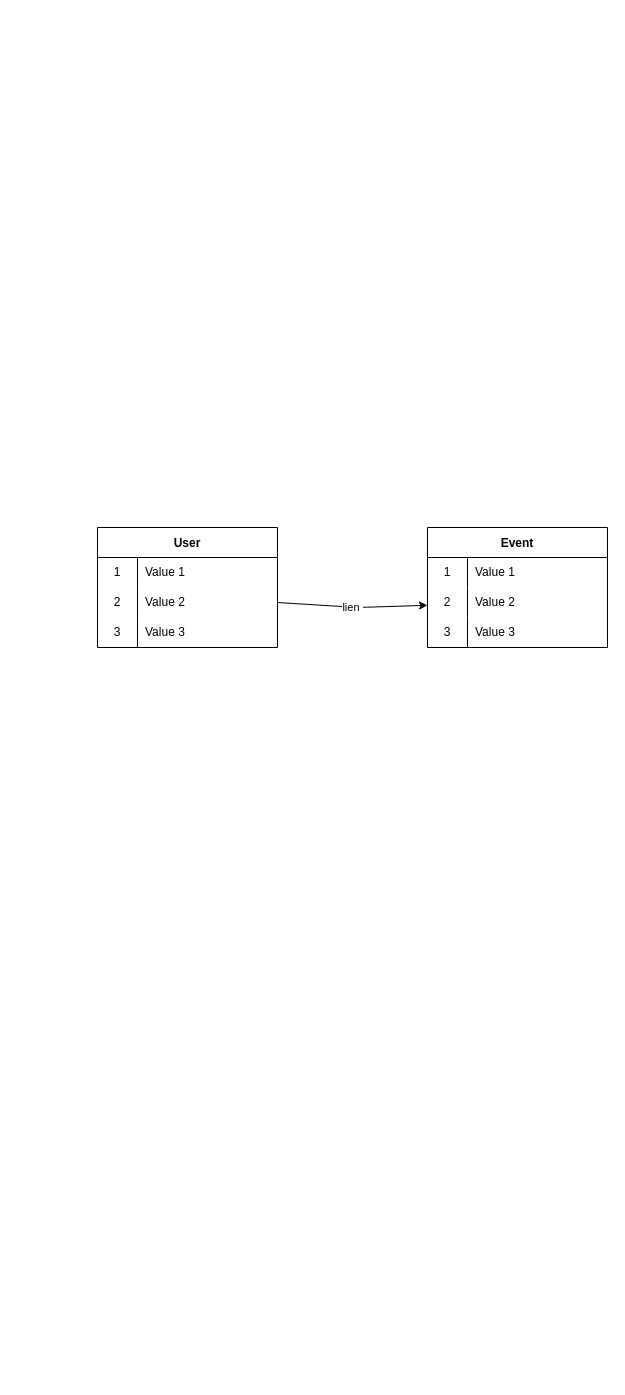
This is model.drawio from DanielGilardoni/Noisebook, a draw.io file, before an edit. Source tidied: cells renumbered, new cells numbered last; positions are measured from the earlier drawing's top-left corner, leaving out a move shared by most shapes. Both pictures are drawn from the tidied source at 100%, with x=0, y=0 at pixel (97, 527).
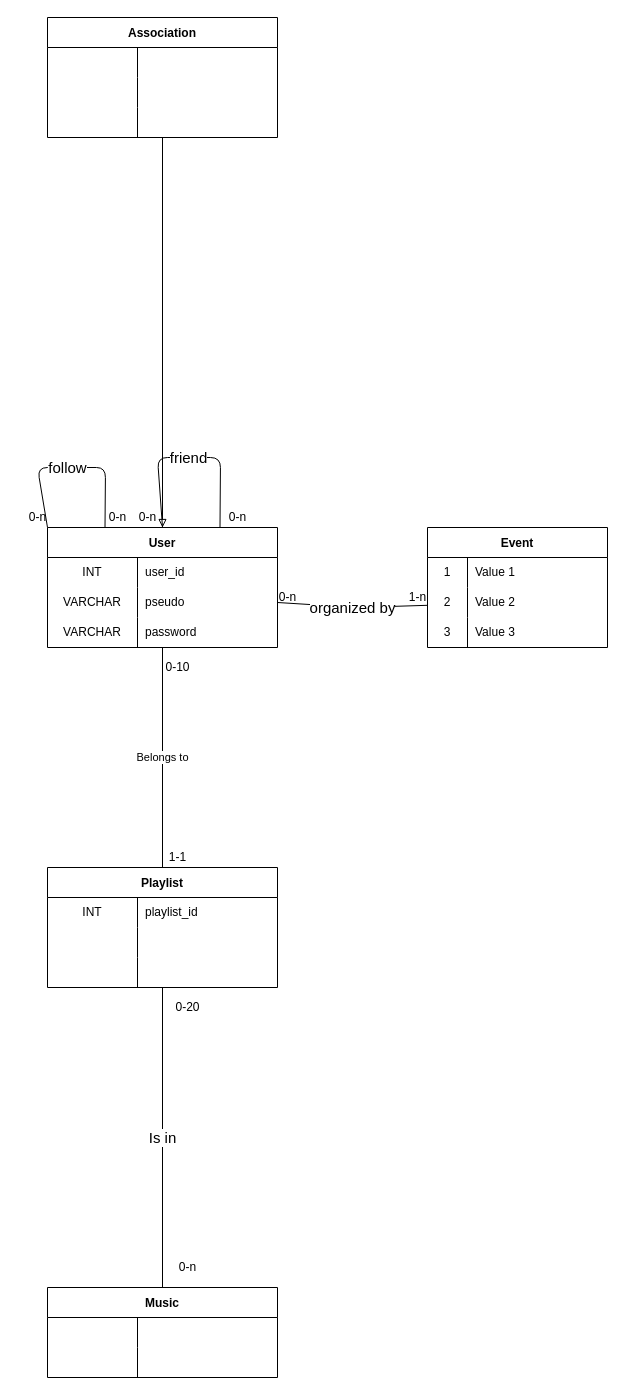
The same diagram, later.

Unchanged cells that the change refers to:
```xml
<mxCell id="6" style="shape=tableRow;horizontal=0;startSize=0;swimlaneHead=0;swimlaneBody=0;top=0;left=0;bottom=0;right=0;fillColor=none;points=[[0,0.5],[1,0.5]];portConstraint=eastwest;" parent="2" vertex="1">
  <mxGeometry y="60" width="180" height="30" as="geometry" />
</mxCell>
```

Diff of the diagram source:
```diff
@@
+    <mxCell id="23" value="Belongs to" style="edgeStyle=none;html=1;endArrow=none;endFill=0;" parent="1" edge="1" source="12" target="34">
+      <mxGeometry relative="1" as="geometry" />
+    </mxCell>
+    <mxCell id="24" style="edgeStyle=none;html=1;strokeWidth=1;fontSize=15;endArrow=none;endFill=0;startArrow=block;startFill=0;" parent="1" edge="1" source="12" target="55">
+      <mxGeometry relative="1" as="geometry" />
+    </mxCell>
     <mxCell id="12" value="User" style="shape=table;startSize=30;childLayout=tableLayout;rowLines=0;fontStyle=1;" parent="1" vertex="1">
-      <mxGeometry width="180" height="120" as="geometry" />
+      <mxGeometry x="-50" width="230" height="120" as="geometry" />
     </mxCell>
     <mxCell id="13" style="shape=tableRow;horizontal=0;startSize=0;swimlaneHead=0;swimlaneBody=0;top=0;left=0;bottom=0;right=0;fillColor=none;" parent="12" vertex="1">
-      <mxGeometry y="30" width="180" height="30" as="geometry" />
+      <mxGeometry y="30" width="230" height="30" as="geometry" />
     </mxCell>
-    <mxCell id="14" value="1" style="shape=partialRectangle;html=1;whiteSpace=wrap;fillColor=none;top=0;left=0;bottom=0;right=0;overflow=hidden;" parent="13" vertex="1">
-      <mxGeometry width="40" height="30" as="geometry" />
+    <mxCell id="14" value="INT" style="shape=partialRectangle;html=1;whiteSpace=wrap;fillColor=none;top=0;left=0;bottom=0;right=0;overflow=hidden;" parent="13" vertex="1">
+      <mxGeometry width="90" height="30" as="geometry" />
     </mxCell>
-    <mxCell id="15" value="Value 1" style="shape=partialRectangle;html=1;whiteSpace=wrap;fillColor=none;top=0;left=0;bottom=0;right=0;align=left;spacingLeft=6;overflow=hidden;" parent="13" vertex="1">
-      <mxGeometry x="40" width="140" height="30" as="geometry" />
+    <mxCell id="15" value="user_id&amp;nbsp;" style="shape=partialRectangle;html=1;whiteSpace=wrap;fillColor=none;top=0;left=0;bottom=0;right=0;align=left;spacingLeft=6;overflow=hidden;" parent="13" vertex="1">
+      <mxGeometry x="90" width="140" height="30" as="geometry" />
     </mxCell>
     <mxCell id="16" style="shape=tableRow;horizontal=0;startSize=0;swimlaneHead=0;swimlaneBody=0;top=0;left=0;bottom=0;right=0;fillColor=none;points=[[0,0.5],[1,0.5]];portConstraint=eastwest;" parent="12" vertex="1">
-      <mxGeometry y="60" width="180" height="30" as="geometry" />
+      <mxGeometry y="60" width="230" height="30" as="geometry" />
     </mxCell>
-    <mxCell id="17" value="2" style="shape=partialRectangle;html=1;whiteSpace=wrap;fillColor=none;top=0;left=0;bottom=0;right=0;overflow=hidden;" parent="16" vertex="1">
-      <mxGeometry width="40" height="30" as="geometry" />
+    <mxCell id="17" value="VARCHAR" style="shape=partialRectangle;html=1;whiteSpace=wrap;fillColor=none;top=0;left=0;bottom=0;right=0;overflow=hidden;" parent="16" vertex="1">
+      <mxGeometry width="90" height="30" as="geometry" />
     </mxCell>
-    <mxCell id="18" value="Value 2" style="shape=partialRectangle;html=1;whiteSpace=wrap;fillColor=none;top=0;left=0;bottom=0;right=0;align=left;spacingLeft=6;overflow=hidden;" parent="16" vertex="1">
-      <mxGeometry x="40" width="140" height="30" as="geometry" />
+    <mxCell id="18" value="pseudo" style="shape=partialRectangle;html=1;whiteSpace=wrap;fillColor=none;top=0;left=0;bottom=0;right=0;align=left;spacingLeft=6;overflow=hidden;" parent="16" vertex="1">
+      <mxGeometry x="90" width="140" height="30" as="geometry" />
     </mxCell>
     <mxCell id="19" style="shape=tableRow;horizontal=0;startSize=0;swimlaneHead=0;swimlaneBody=0;top=0;left=0;bottom=0;right=0;fillColor=none;" parent="12" vertex="1">
-      <mxGeometry y="90" width="180" height="30" as="geometry" />
+      <mxGeometry y="90" width="230" height="30" as="geometry" />
     </mxCell>
-    <mxCell id="20" value="3" style="shape=partialRectangle;html=1;whiteSpace=wrap;fillColor=none;top=0;left=0;bottom=0;right=0;overflow=hidden;" parent="19" vertex="1">
-      <mxGeometry width="40" height="30" as="geometry" />
+    <mxCell id="20" value="VARCHAR" style="shape=partialRectangle;html=1;whiteSpace=wrap;fillColor=none;top=0;left=0;bottom=0;right=0;overflow=hidden;" parent="19" vertex="1">
+      <mxGeometry width="90" height="30" as="geometry" />
     </mxCell>
-    <mxCell id="21" value="Value 3" style="shape=partialRectangle;html=1;whiteSpace=wrap;fillColor=none;top=0;left=0;bottom=0;right=0;align=left;spacingLeft=6;overflow=hidden;" parent="19" vertex="1">
-      <mxGeometry x="40" width="140" height="30" as="geometry" />
+    <mxCell id="21" value="password" style="shape=partialRectangle;html=1;whiteSpace=wrap;fillColor=none;top=0;left=0;bottom=0;right=0;align=left;spacingLeft=6;overflow=hidden;" parent="19" vertex="1">
+      <mxGeometry x="90" width="140" height="30" as="geometry" />
     </mxCell>
-    <mxCell id="22" value="lien&amp;nbsp;" style="edgeStyle=none;html=1;exitX=1;exitY=0.5;exitDx=0;exitDy=0;" parent="1" edge="1" source="16" target="6">
+    <mxCell id="22" value="organized by" style="edgeStyle=none;html=1;exitX=1;exitY=0.5;exitDx=0;exitDy=0;endArrow=none;endFill=0;fontSize=15;" parent="1" edge="1" source="16" target="6">
       <mxGeometry relative="1" as="geometry">
         <Array as="points">
           <mxPoint x="260" y="80" />
         </Array>
       </mxGeometry>
     </mxCell>
+    <mxCell id="25" value="0-n" style="text;html=1;align=center;verticalAlign=middle;strokeColor=none;fillColor=none;" parent="1" vertex="1">
+      <mxGeometry x="170" y="55" width="40" height="30" as="geometry" />
+    </mxCell>
+    <mxCell id="26" value="1-n" style="text;html=1;align=center;verticalAlign=middle;strokeColor=none;fillColor=none;" parent="1" vertex="1">
+      <mxGeometry x="300" y="55" width="40" height="30" as="geometry" />
+    </mxCell>
+    <mxCell id="27" value="friend" style="edgeStyle=none;html=1;exitX=0.75;exitY=0;exitDx=0;exitDy=0;entryX=0.5;entryY=0;entryDx=0;entryDy=0;endArrow=none;endFill=0;fontSize=15;" parent="1" edge="1" source="12" target="12">
+      <mxGeometry relative="1" as="geometry">
+        <Array as="points">
+          <mxPoint x="123" y="-70" />
+          <mxPoint x="60" y="-70" />
+        </Array>
+      </mxGeometry>
+    </mxCell>
+    <mxCell id="28" value="0-n" style="text;html=1;align=center;verticalAlign=middle;strokeColor=none;fillColor=none;" parent="1" vertex="1">
+      <mxGeometry x="120" y="-25" width="40" height="30" as="geometry" />
+    </mxCell>
+    <mxCell id="29" value="0-n" style="text;html=1;align=center;verticalAlign=middle;strokeColor=none;fillColor=none;" parent="1" vertex="1">
+      <mxGeometry x="30" y="-25" width="40" height="30" as="geometry" />
+    </mxCell>
+    <mxCell id="30" value="follow" style="edgeStyle=none;html=1;exitX=0.25;exitY=0;exitDx=0;exitDy=0;entryX=0;entryY=0;entryDx=0;entryDy=0;endArrow=none;endFill=0;fontSize=15;" parent="1" edge="1" source="12" target="12">
+      <mxGeometry x="0.04" relative="1" as="geometry">
+        <Array as="points">
+          <mxPoint x="8" y="-60" />
+          <mxPoint x="-10" y="-60" />
+          <mxPoint x="-60" y="-60" />
+        </Array>
+      </mxGeometry>
+    </mxCell>
+    <mxCell id="31" value="0-n" style="text;html=1;align=center;verticalAlign=middle;strokeColor=none;fillColor=none;" parent="1" vertex="1">
+      <mxGeometry x="-80" y="-25" width="40" height="30" as="geometry" />
+    </mxCell>
+    <mxCell id="32" value="0-n" style="text;html=1;align=center;verticalAlign=middle;strokeColor=none;fillColor=none;" parent="1" vertex="1">
+      <mxGeometry y="-25" width="40" height="30" as="geometry" />
+    </mxCell>
+    <mxCell id="33" value="Is in" style="edgeStyle=none;html=1;endArrow=none;endFill=0;strokeWidth=1;fontSize=15;" parent="1" edge="1" source="34" target="46">
+      <mxGeometry relative="1" as="geometry" />
+    </mxCell>
+    <mxCell id="34" value="Playlist" style="shape=table;startSize=30;childLayout=tableLayout;rowLines=0;fontStyle=1;" parent="1" vertex="1">
+      <mxGeometry x="-50" y="340" width="230" height="120" as="geometry" />
+    </mxCell>
+    <mxCell id="35" style="shape=tableRow;horizontal=0;startSize=0;swimlaneHead=0;swimlaneBody=0;top=0;left=0;bottom=0;right=0;fillColor=none;" parent="34" vertex="1">
+      <mxGeometry y="30" width="230" height="30" as="geometry" />
+    </mxCell>
+    <mxCell id="36" value="INT" style="shape=partialRectangle;html=1;whiteSpace=wrap;fillColor=none;top=0;left=0;bottom=0;right=0;overflow=hidden;" parent="35" vertex="1">
+      <mxGeometry width="90" height="30" as="geometry" />
+    </mxCell>
+    <mxCell id="37" value="playlist_id" style="shape=partialRectangle;html=1;whiteSpace=wrap;fillColor=none;top=0;left=0;bottom=0;right=0;align=left;spacingLeft=6;overflow=hidden;" parent="35" vertex="1">
+      <mxGeometry x="90" width="140" height="30" as="geometry" />
+    </mxCell>
+    <mxCell id="38" style="shape=tableRow;horizontal=0;startSize=0;swimlaneHead=0;swimlaneBody=0;top=0;left=0;bottom=0;right=0;fillColor=none;" parent="34" vertex="1">
+      <mxGeometry y="60" width="230" height="30" as="geometry" />
+    </mxCell>
+    <mxCell id="39" style="shape=partialRectangle;html=1;whiteSpace=wrap;fillColor=none;top=0;left=0;bottom=0;right=0;overflow=hidden;" parent="38" vertex="1">
+      <mxGeometry width="90" height="30" as="geometry" />
+    </mxCell>
+    <mxCell id="40" style="shape=partialRectangle;html=1;whiteSpace=wrap;fillColor=none;top=0;left=0;bottom=0;right=0;align=left;spacingLeft=6;overflow=hidden;" parent="38" vertex="1">
+      <mxGeometry x="90" width="140" height="30" as="geometry" />
+    </mxCell>
+    <mxCell id="41" style="shape=tableRow;horizontal=0;startSize=0;swimlaneHead=0;swimlaneBody=0;top=0;left=0;bottom=0;right=0;fillColor=none;" parent="34" vertex="1">
+      <mxGeometry y="90" width="230" height="30" as="geometry" />
+    </mxCell>
+    <mxCell id="42" style="shape=partialRectangle;html=1;whiteSpace=wrap;fillColor=none;top=0;left=0;bottom=0;right=0;overflow=hidden;" parent="41" vertex="1">
+      <mxGeometry width="90" height="30" as="geometry" />
+    </mxCell>
+    <mxCell id="43" style="shape=partialRectangle;html=1;whiteSpace=wrap;fillColor=none;top=0;left=0;bottom=0;right=0;align=left;spacingLeft=6;overflow=hidden;" parent="41" vertex="1">
+      <mxGeometry x="90" width="140" height="30" as="geometry" />
+    </mxCell>
+    <mxCell id="44" value="0-10" style="text;html=1;align=center;verticalAlign=middle;strokeColor=none;fillColor=none;" parent="1" vertex="1">
+      <mxGeometry x="55" y="125" width="50" height="30" as="geometry" />
+    </mxCell>
+    <mxCell id="45" value="1-1" style="text;html=1;align=center;verticalAlign=middle;strokeColor=none;fillColor=none;" parent="1" vertex="1">
+      <mxGeometry x="60" y="315" width="40" height="30" as="geometry" />
+    </mxCell>
+    <mxCell id="46" value="Music" style="shape=table;startSize=30;childLayout=tableLayout;rowLines=0;fontStyle=1;" parent="1" vertex="1">
+      <mxGeometry x="-50" y="760" width="230" height="90" as="geometry" />
+    </mxCell>
+    <mxCell id="47" style="shape=tableRow;horizontal=0;startSize=0;swimlaneHead=0;swimlaneBody=0;top=0;left=0;bottom=0;right=0;fillColor=none;" parent="46" vertex="1">
+      <mxGeometry y="30" width="230" height="30" as="geometry" />
+    </mxCell>
+    <mxCell id="48" style="shape=partialRectangle;html=1;whiteSpace=wrap;fillColor=none;top=0;left=0;bottom=0;right=0;overflow=hidden;" parent="47" vertex="1">
+      <mxGeometry width="90" height="30" as="geometry" />
+    </mxCell>
+    <mxCell id="49" style="shape=partialRectangle;html=1;whiteSpace=wrap;fillColor=none;top=0;left=0;bottom=0;right=0;align=left;spacingLeft=6;overflow=hidden;" parent="47" vertex="1">
+      <mxGeometry x="90" width="140" height="30" as="geometry" />
+    </mxCell>
+    <mxCell id="50" style="shape=tableRow;horizontal=0;startSize=0;swimlaneHead=0;swimlaneBody=0;top=0;left=0;bottom=0;right=0;fillColor=none;" parent="46" vertex="1">
+      <mxGeometry y="60" width="230" height="30" as="geometry" />
+    </mxCell>
+    <mxCell id="51" style="shape=partialRectangle;html=1;whiteSpace=wrap;fillColor=none;top=0;left=0;bottom=0;right=0;overflow=hidden;" parent="50" vertex="1">
+      <mxGeometry width="90" height="30" as="geometry" />
+    </mxCell>
+    <mxCell id="52" style="shape=partialRectangle;html=1;whiteSpace=wrap;fillColor=none;top=0;left=0;bottom=0;right=0;align=left;spacingLeft=6;overflow=hidden;" parent="50" vertex="1">
+      <mxGeometry x="90" width="140" height="30" as="geometry" />
+    </mxCell>
+    <mxCell id="53" value="0-20" style="text;html=1;align=center;verticalAlign=middle;strokeColor=none;fillColor=none;" parent="1" vertex="1">
+      <mxGeometry x="65" y="465" width="50" height="30" as="geometry" />
+    </mxCell>
+    <mxCell id="54" value="0-n" style="text;html=1;align=center;verticalAlign=middle;strokeColor=none;fillColor=none;" parent="1" vertex="1">
+      <mxGeometry x="70" y="725" width="40" height="30" as="geometry" />
+    </mxCell>
+    <mxCell id="55" value="Association" style="shape=table;startSize=30;childLayout=tableLayout;rowLines=0;fontStyle=1;" parent="1" vertex="1">
+      <mxGeometry x="-50" y="-510" width="230" height="120" as="geometry" />
+    </mxCell>
+    <mxCell id="56" style="shape=tableRow;horizontal=0;startSize=0;swimlaneHead=0;swimlaneBody=0;top=0;left=0;bottom=0;right=0;fillColor=none;" parent="55" vertex="1">
+      <mxGeometry y="30" width="230" height="30" as="geometry" />
+    </mxCell>
+    <mxCell id="57" style="shape=partialRectangle;html=1;whiteSpace=wrap;fillColor=none;top=0;left=0;bottom=0;right=0;overflow=hidden;" parent="56" vertex="1">
+      <mxGeometry width="90" height="30" as="geometry" />
+    </mxCell>
+    <mxCell id="58" style="shape=partialRectangle;html=1;whiteSpace=wrap;fillColor=none;top=0;left=0;bottom=0;right=0;align=left;spacingLeft=6;overflow=hidden;" parent="56" vertex="1">
+      <mxGeometry x="90" width="140" height="30" as="geometry" />
+    </mxCell>
+    <mxCell id="59" style="shape=tableRow;horizontal=0;startSize=0;swimlaneHead=0;swimlaneBody=0;top=0;left=0;bottom=0;right=0;fillColor=none;" parent="55" vertex="1">
+      <mxGeometry y="60" width="230" height="30" as="geometry" />
+    </mxCell>
+    <mxCell id="60" style="shape=partialRectangle;html=1;whiteSpace=wrap;fillColor=none;top=0;left=0;bottom=0;right=0;overflow=hidden;" parent="59" vertex="1">
+      <mxGeometry width="90" height="30" as="geometry" />
+    </mxCell>
+    <mxCell id="61" style="shape=partialRectangle;html=1;whiteSpace=wrap;fillColor=none;top=0;left=0;bottom=0;right=0;align=left;spacingLeft=6;overflow=hidden;" parent="59" vertex="1">
+      <mxGeometry x="90" width="140" height="30" as="geometry" />
+    </mxCell>
+    <mxCell id="62" style="shape=tableRow;horizontal=0;startSize=0;swimlaneHead=0;swimlaneBody=0;top=0;left=0;bottom=0;right=0;fillColor=none;" parent="55" vertex="1">
+      <mxGeometry y="90" width="230" height="30" as="geometry" />
+    </mxCell>
+    <mxCell id="63" style="shape=partialRectangle;html=1;whiteSpace=wrap;fillColor=none;top=0;left=0;bottom=0;right=0;overflow=hidden;" parent="62" vertex="1">
+      <mxGeometry width="90" height="30" as="geometry" />
+    </mxCell>
+    <mxCell id="64" style="shape=partialRectangle;html=1;whiteSpace=wrap;fillColor=none;top=0;left=0;bottom=0;right=0;align=left;spacingLeft=6;overflow=hidden;" parent="62" vertex="1">
+      <mxGeometry x="90" width="140" height="30" as="geometry" />
+    </mxCell>
```
